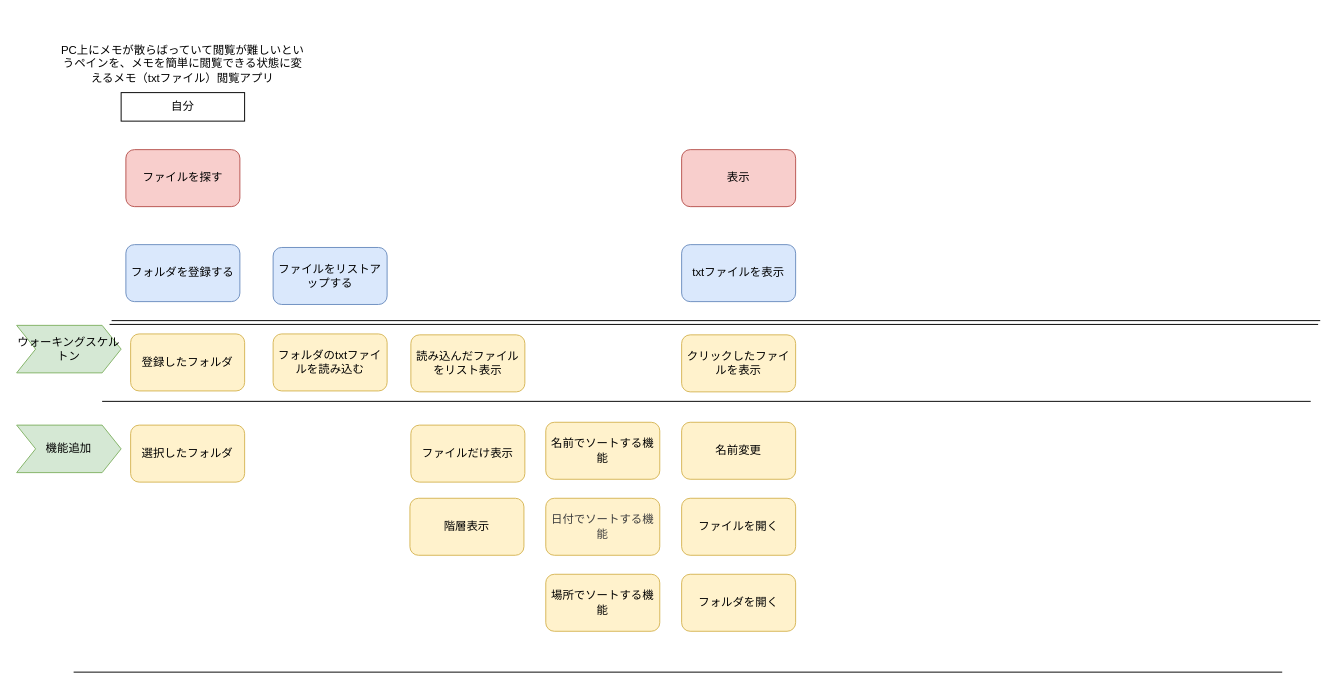
Before: docs/storymap.drawio in Amaebiebi/txt-folder-viewer, a draw.io diagram. Source tidied: cells renumbered, new cells numbered last; positions are measured from the earlier drawing's top-left corner, leaving out a move shared by most shapes. Both pictures are drawn from the tidied source at 95%, with x=0, y=0 at pixel (16, 16).
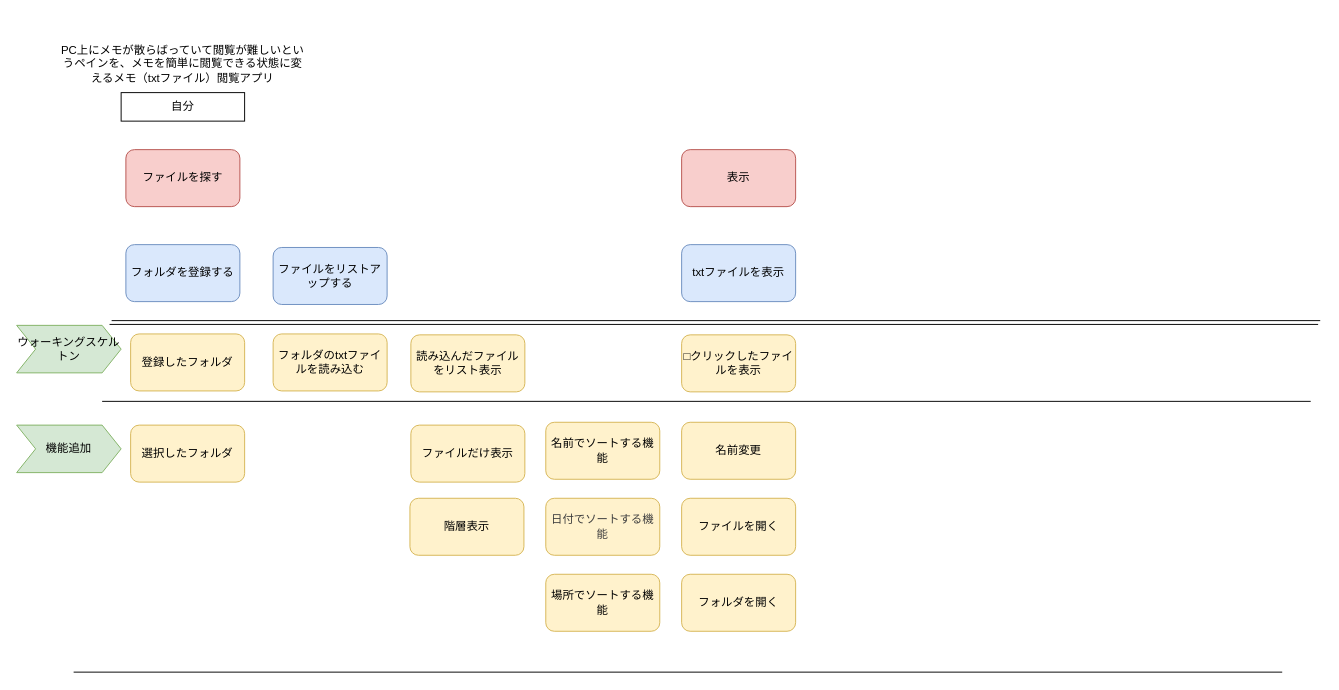
The same diagram, later.

Commit message:
Started development of the file display feature

Change to the diagram source:
```diff
@@
-    <mxCell id="18" value="クリックしたファイルを表示" style="rounded=1;whiteSpace=wrap;html=1;fillColor=#fff2cc;strokeColor=#d6b656;" parent="1" vertex="1">
+    <mxCell id="18" value="□クリックしたファイルを表示" style="rounded=1;whiteSpace=wrap;html=1;fillColor=#fff2cc;strokeColor=#d6b656;" parent="1" vertex="1">
       <mxGeometry x="700" y="335" width="120" height="60" as="geometry" />
     </mxCell>
```
